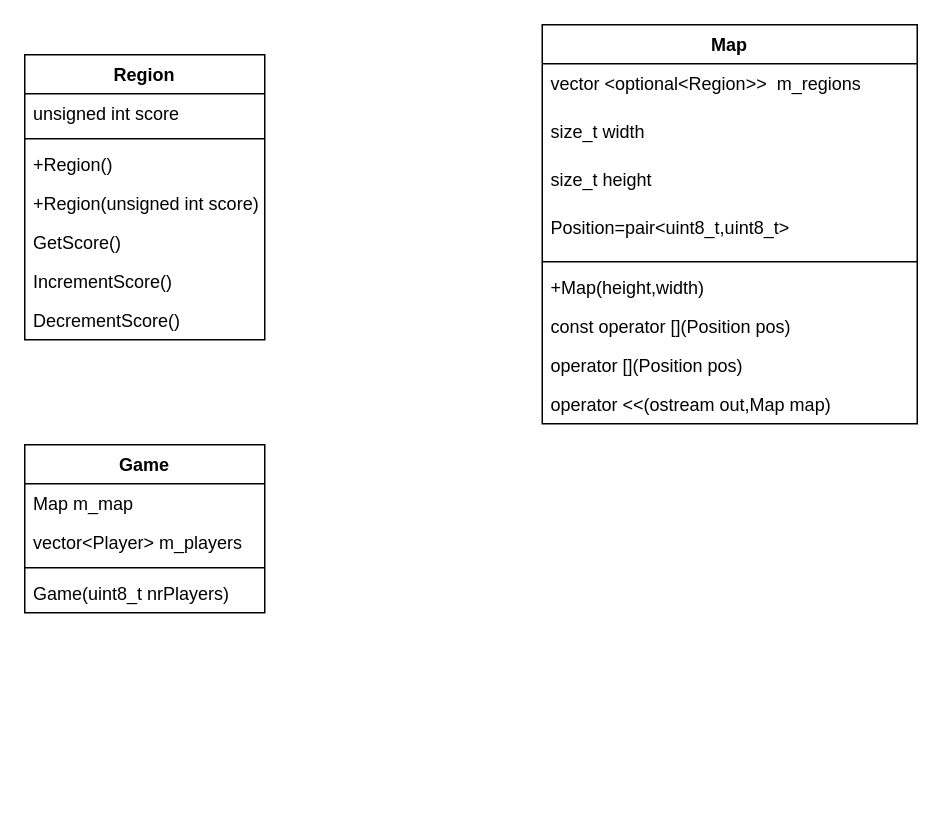
Before: project/2_useful_informations/ProiectTriviador.drawio in NSS-14/ProjectModernCpp, a draw.io diagram. Source tidied: cells renumbered, new cells numbered last; positions are measured from the earlier drawing's top-left corner, leaving out a move shared by most shapes. Both pictures are drawn from the tidied source at 150%, with x=0, y=0 at pixel (24, 24).
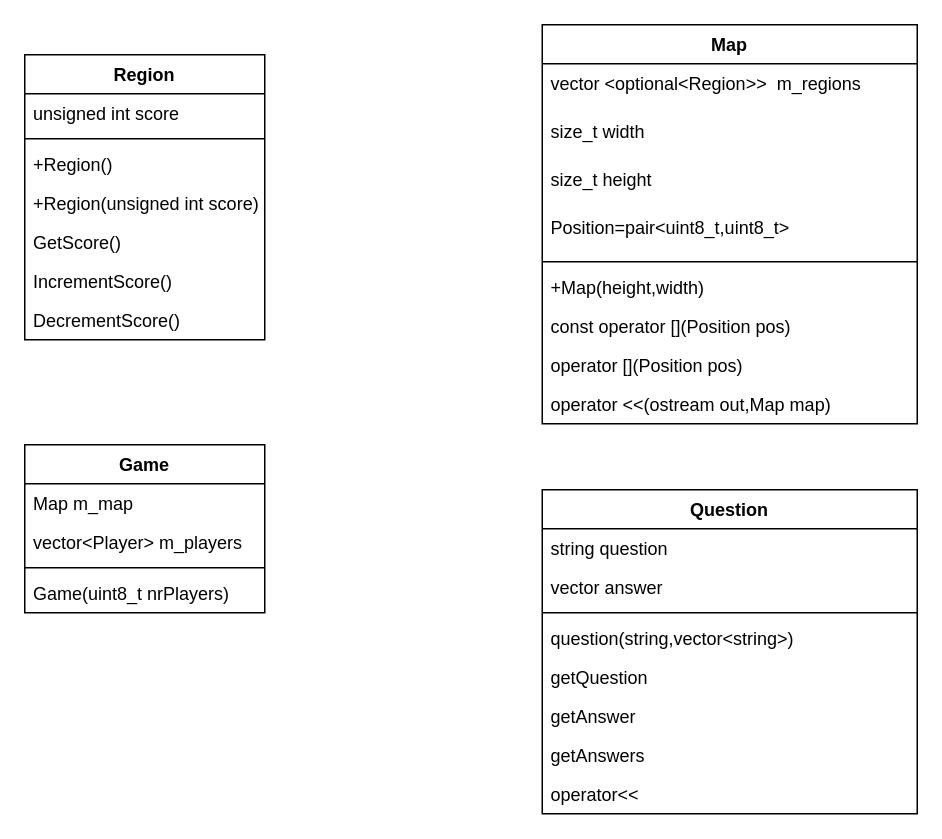
The same page after the edit.

Commit message:
am modificat diagrama uml cu noua clasa numita Question

What changed in the source:
```diff
@@
+    <mxCell id="25" value="Question" style="swimlane;fontStyle=1;align=center;verticalAlign=top;horizontal=1;startSize=26;" parent="1" vertex="1">
+      <mxGeometry x="345" y="310" width="250" height="216" as="geometry" />
+    </mxCell>
+    <mxCell id="26" value="string question" style="text;strokeColor=none;fillColor=none;align=left;verticalAlign=top;spacingLeft=4;spacingRight=4;overflow=hidden;" parent="25" vertex="1">
+      <mxGeometry y="26" width="250" height="26" as="geometry" />
+    </mxCell>
+    <mxCell id="27" value="vector answer" style="text;strokeColor=none;fillColor=none;align=left;verticalAlign=top;spacingLeft=4;spacingRight=4;overflow=hidden;" parent="25" vertex="1">
+      <mxGeometry y="52" width="250" height="26" as="geometry" />
+    </mxCell>
+    <mxCell id="28" style="line;strokeWidth=1;fillColor=none;align=left;verticalAlign=middle;spacingTop=-1;spacingLeft=3;spacingRight=3;labelPosition=right;strokeColor=inherit;" parent="25" vertex="1">
+      <mxGeometry y="78" width="250" height="8" as="geometry" />
+    </mxCell>
+    <mxCell id="29" value="question(string,vector&lt;string&gt;)" style="text;strokeColor=none;fillColor=none;align=left;verticalAlign=top;spacingLeft=4;spacingRight=4;overflow=hidden;" parent="25" vertex="1">
+      <mxGeometry y="86" width="250" height="26" as="geometry" />
+    </mxCell>
+    <mxCell id="30" value="getQuestion" style="text;strokeColor=none;fillColor=none;align=left;verticalAlign=top;spacingLeft=4;spacingRight=4;overflow=hidden;" parent="25" vertex="1">
+      <mxGeometry y="112" width="250" height="26" as="geometry" />
+    </mxCell>
+    <mxCell id="31" value="getAnswer" style="text;strokeColor=none;fillColor=none;align=left;verticalAlign=top;spacingLeft=4;spacingRight=4;overflow=hidden;" parent="25" vertex="1">
+      <mxGeometry y="138" width="250" height="26" as="geometry" />
+    </mxCell>
+    <mxCell id="32" value="getAnswers" style="text;strokeColor=none;fillColor=none;align=left;verticalAlign=top;spacingLeft=4;spacingRight=4;overflow=hidden;" parent="25" vertex="1">
+      <mxGeometry y="164" width="250" height="26" as="geometry" />
+    </mxCell>
+    <mxCell id="33" value="operator&lt;&lt;" style="text;strokeColor=none;fillColor=none;align=left;verticalAlign=top;spacingLeft=4;spacingRight=4;overflow=hidden;" parent="25" vertex="1">
+      <mxGeometry y="190" width="250" height="26" as="geometry" />
+    </mxCell>
```
